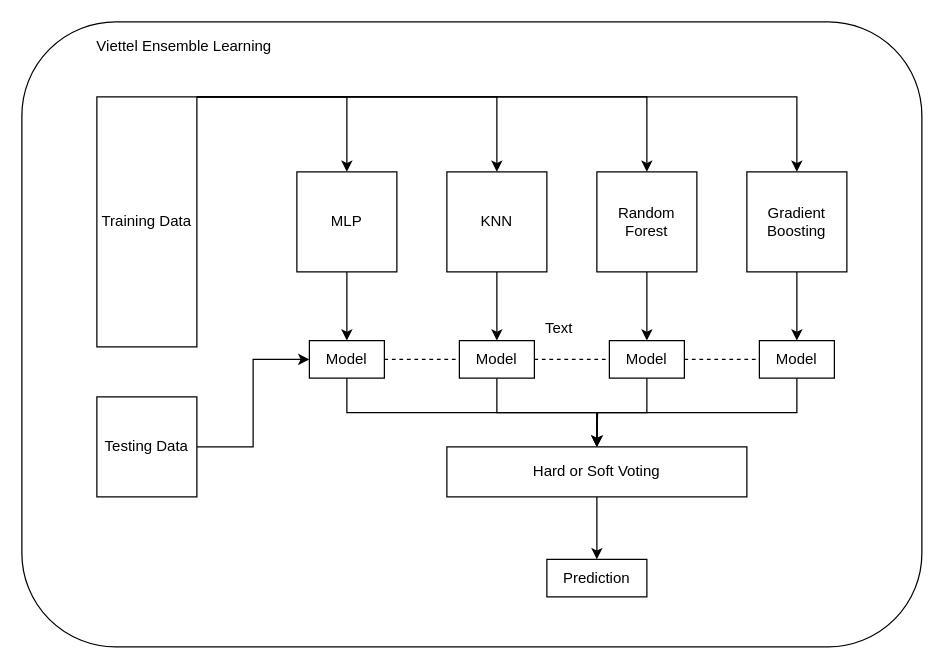
sangbk1997/Thiet_ke_he_thong keeps this draw.io diagram as Untitled Diagram.drawio. Above is the earlier version. Source tidied: cells renumbered, new cells numbered last; positions are measured from the earlier drawing's top-left corner, leaving out a move shared by most shapes. Both pictures are drawn from the tidied source at 125%, with x=0, y=0 at pixel (21, 21).
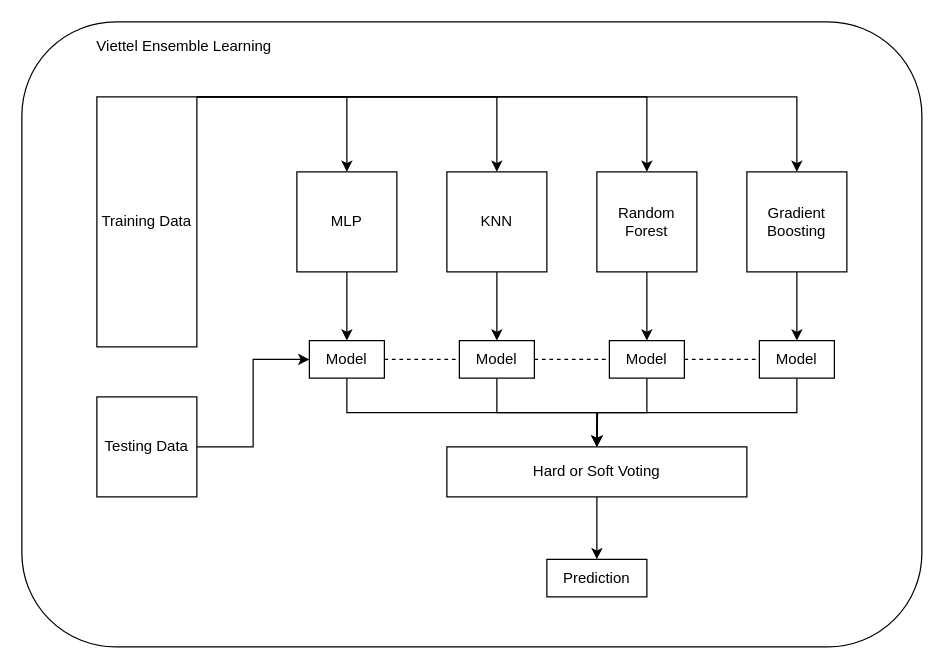
The same diagram, later.

What changed in the source:
```diff
@@
-    <mxCell id="32" value="Text" style="text;html=1;strokeColor=none;fillColor=none;align=center;verticalAlign=middle;whiteSpace=wrap;rounded=0;" parent="1" vertex="1">
-      <mxGeometry x="400" y="230" width="60" height="30" as="geometry" />
-    </mxCell>
```
